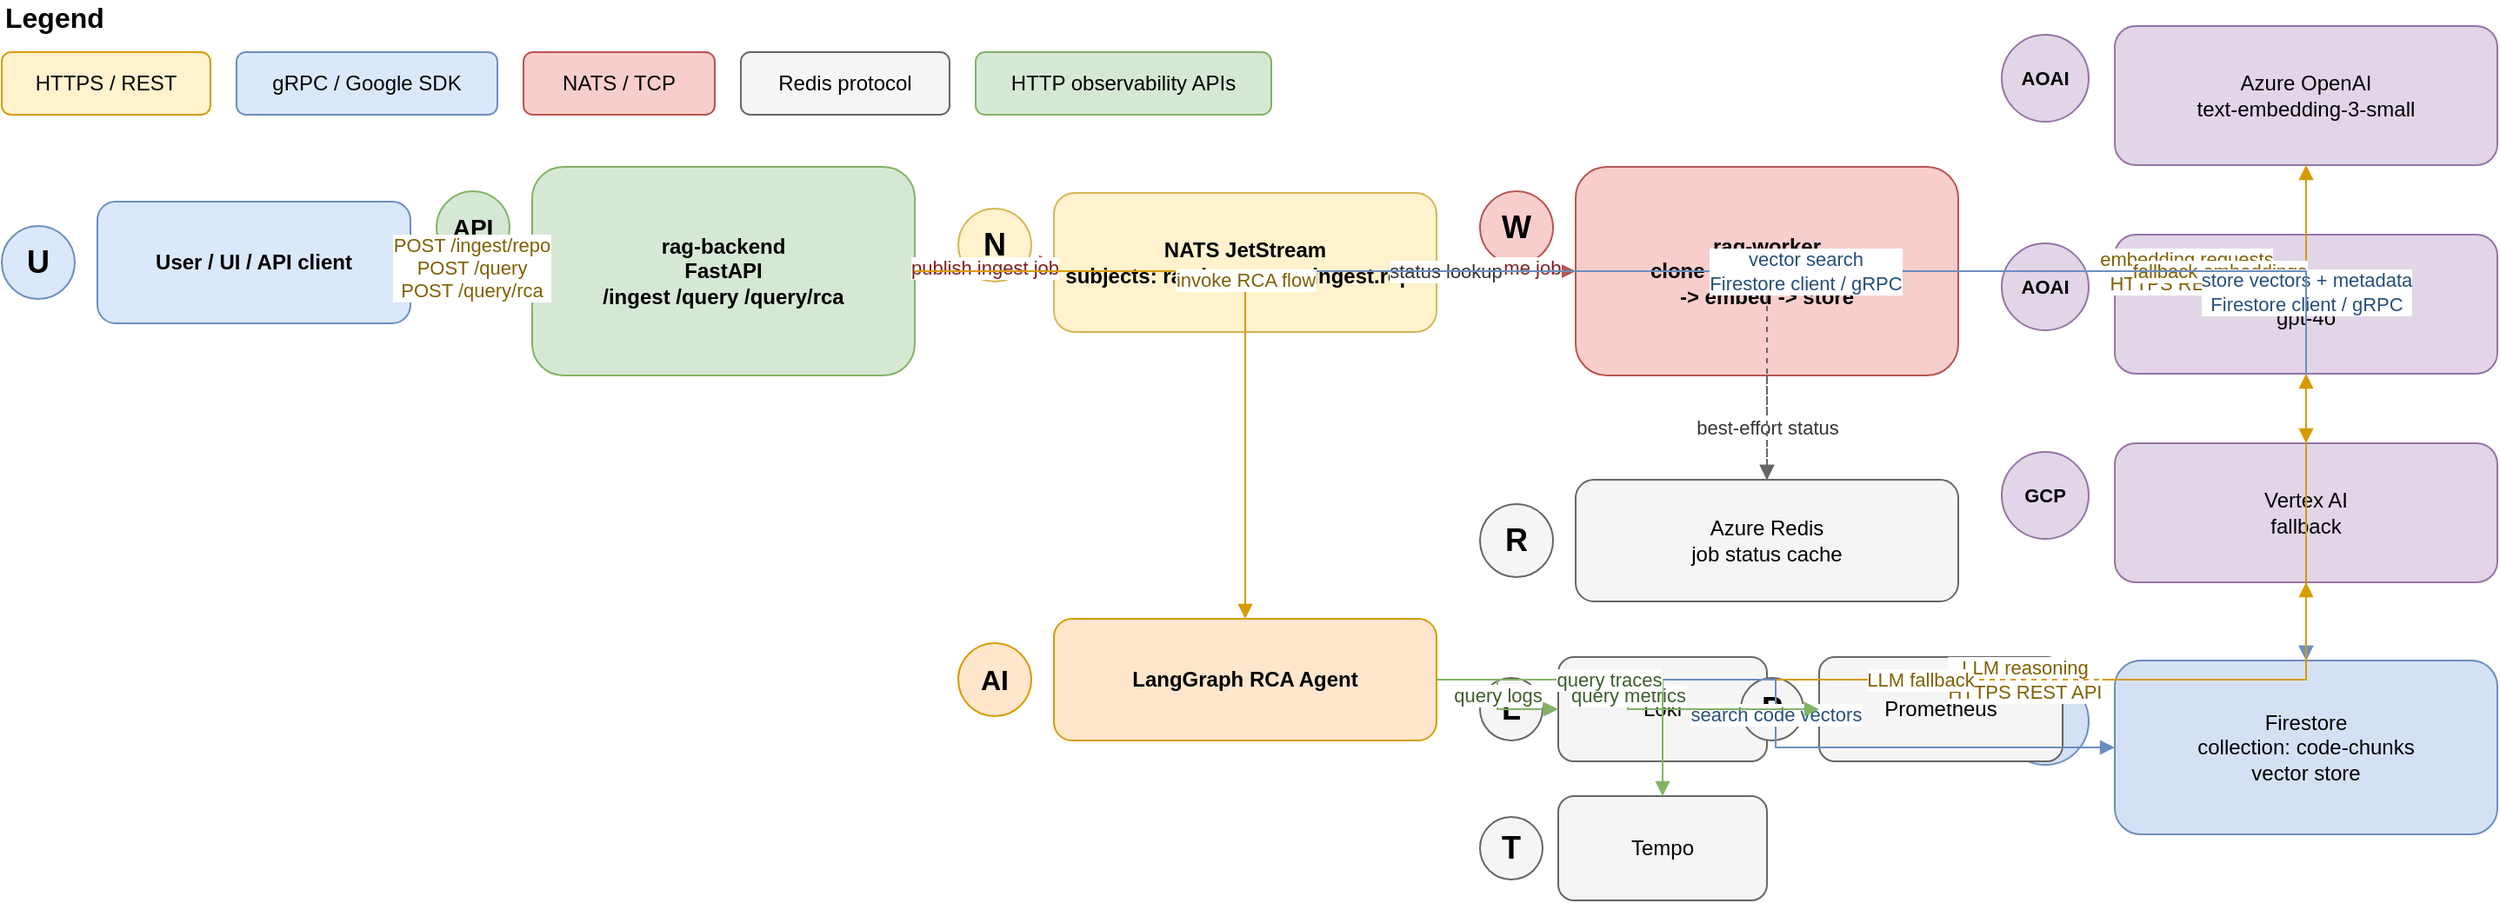
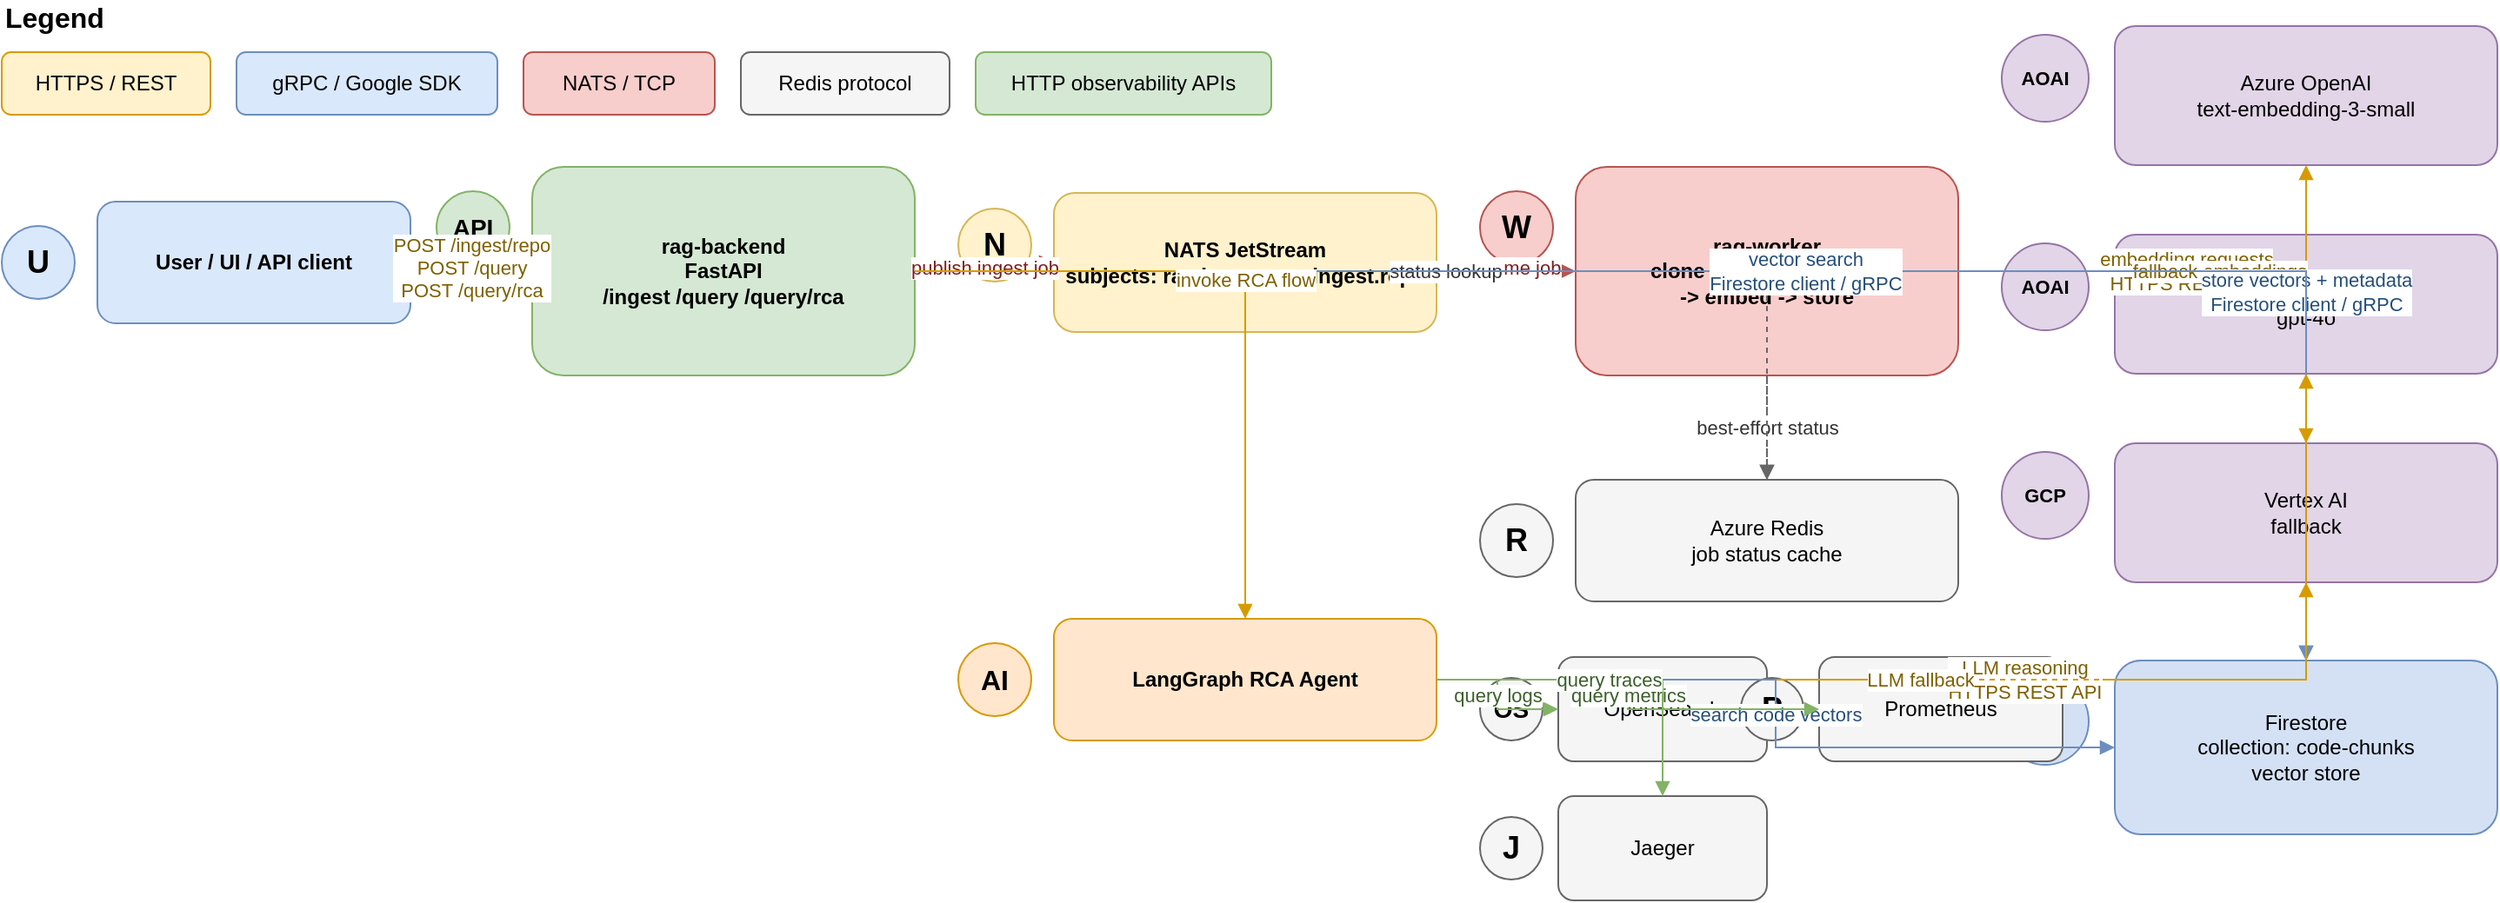
<mxfile host="app.diagrams.net" modified="2026-04-11T00:00:00.000Z" agent="Codex" version="24.7.17">
  <diagram id="rag-platform-app-architecture" name="Architecture">
    <mxGraphModel dx="1600" dy="900" grid="1" gridSize="10" guides="1" tooltips="1" connect="1" arrows="1" fold="1" page="1" pageScale="1" pageWidth="1600" pageHeight="900" math="0" shadow="0">
      <root>
        <mxCell id="0"/>
        <mxCell id="1" parent="0"/>
        <mxCell id="legend_title" value="Legend" style="text;html=1;strokeColor=none;fillColor=none;align=left;verticalAlign=middle;fontStyle=1;fontSize=16;" vertex="1" parent="1">
          <mxGeometry x="40" y="40" width="80" height="20" as="geometry"/>
        </mxCell>
        <mxCell id="legend_https" value="HTTPS / REST" style="rounded=1;whiteSpace=wrap;html=1;fillColor=#fff2cc;strokeColor=#d79b00;" vertex="1" parent="1">
          <mxGeometry x="40" y="70" width="120" height="36" as="geometry"/>
        </mxCell>
        <mxCell id="legend_grpc" value="gRPC / Google SDK" style="rounded=1;whiteSpace=wrap;html=1;fillColor=#dae8fc;strokeColor=#6c8ebf;" vertex="1" parent="1">
          <mxGeometry x="175" y="70" width="150" height="36" as="geometry"/>
        </mxCell>
        <mxCell id="legend_nats" value="NATS / TCP" style="rounded=1;whiteSpace=wrap;html=1;fillColor=#f8cecc;strokeColor=#b85450;" vertex="1" parent="1">
          <mxGeometry x="340" y="70" width="110" height="36" as="geometry"/>
        </mxCell>
        <mxCell id="legend_redis" value="Redis protocol" style="rounded=1;whiteSpace=wrap;html=1;fillColor=#f5f5f5;strokeColor=#666666;" vertex="1" parent="1">
          <mxGeometry x="465" y="70" width="120" height="36" as="geometry"/>
        </mxCell>
        <mxCell id="legend_http_obs" value="HTTP observability APIs" style="rounded=1;whiteSpace=wrap;html=1;fillColor=#d5e8d4;strokeColor=#82b366;" vertex="1" parent="1">
          <mxGeometry x="600" y="70" width="170" height="36" as="geometry"/>
        </mxCell>

        <mxCell id="user_icon" value="U" style="ellipse;whiteSpace=wrap;html=1;fillColor=#dae8fc;strokeColor=#6c8ebf;fontStyle=1;fontSize=18;" vertex="1" parent="1">
          <mxGeometry x="40" y="170" width="42" height="42" as="geometry"/>
        </mxCell>
        <mxCell id="user" value="User / UI / API client" style="rounded=1;whiteSpace=wrap;html=1;fillColor=#dae8fc;strokeColor=#6c8ebf;fontStyle=1;" vertex="1" parent="1">
          <mxGeometry x="95" y="156" width="180" height="70" as="geometry"/>
        </mxCell>
        <mxCell id="backend_icon" value="API" style="ellipse;whiteSpace=wrap;html=1;fillColor=#d5e8d4;strokeColor=#82b366;fontStyle=1;fontSize=14;" vertex="1" parent="1">
          <mxGeometry x="290" y="150" width="42" height="42" as="geometry"/>
        </mxCell>
        <mxCell id="backend" value="rag-backend&#xa;FastAPI&#xa;/ingest /query /query/rca" style="rounded=1;whiteSpace=wrap;html=1;fillColor=#d5e8d4;strokeColor=#82b366;fontStyle=1;" vertex="1" parent="1">
          <mxGeometry x="345" y="136" width="220" height="120" as="geometry"/>
        </mxCell>
        <mxCell id="nats_icon" value="N" style="ellipse;whiteSpace=wrap;html=1;fillColor=#fff2cc;strokeColor=#d6b656;fontStyle=1;fontSize=18;" vertex="1" parent="1">
          <mxGeometry x="590" y="160" width="42" height="42" as="geometry"/>
        </mxCell>
        <mxCell id="nats" value="NATS JetStream&#xa;subjects: rag.ingest, rag.ingest.repo" style="rounded=1;whiteSpace=wrap;html=1;fillColor=#fff2cc;strokeColor=#d6b656;fontStyle=1;" vertex="1" parent="1">
          <mxGeometry x="645" y="151" width="220" height="80" as="geometry"/>
        </mxCell>
        <mxCell id="worker_icon" value="W" style="ellipse;whiteSpace=wrap;html=1;fillColor=#f8cecc;strokeColor=#b85450;fontStyle=1;fontSize=18;" vertex="1" parent="1">
          <mxGeometry x="890" y="150" width="42" height="42" as="geometry"/>
        </mxCell>
        <mxCell id="worker" value="rag-worker&#xa;clone -&gt; parse -&gt; chunk&#xa;-&gt; embed -&gt; store" style="rounded=1;whiteSpace=wrap;html=1;fillColor=#f8cecc;strokeColor=#b85450;fontStyle=1;" vertex="1" parent="1">
          <mxGeometry x="945" y="136" width="220" height="120" as="geometry"/>
        </mxCell>
        <mxCell id="aoai_embed_icon" value="AOAI" style="ellipse;whiteSpace=wrap;html=1;fillColor=#e1d5e7;strokeColor=#9673a6;fontStyle=1;fontSize=11;" vertex="1" parent="1">
          <mxGeometry x="1190" y="60" width="50" height="50" as="geometry"/>
        </mxCell>
        <mxCell id="aoai_embed" value="Azure OpenAI&#xa;text-embedding-3-small" style="rounded=1;whiteSpace=wrap;html=1;fillColor=#e1d5e7;strokeColor=#9673a6;" vertex="1" parent="1">
          <mxGeometry x="1255" y="55" width="220" height="80" as="geometry"/>
        </mxCell>
        <mxCell id="aoai_llm_icon" value="AOAI" style="ellipse;whiteSpace=wrap;html=1;fillColor=#e1d5e7;strokeColor=#9673a6;fontStyle=1;fontSize=11;" vertex="1" parent="1">
          <mxGeometry x="1190" y="180" width="50" height="50" as="geometry"/>
        </mxCell>
        <mxCell id="aoai_llm" value="Azure OpenAI&#xa;gpt-4o" style="rounded=1;whiteSpace=wrap;html=1;fillColor=#e1d5e7;strokeColor=#9673a6;" vertex="1" parent="1">
          <mxGeometry x="1255" y="175" width="220" height="80" as="geometry"/>
        </mxCell>
        <mxCell id="vertex_icon" value="GCP" style="ellipse;whiteSpace=wrap;html=1;fillColor=#e1d5e7;strokeColor=#9673a6;fontStyle=1;fontSize=11;" vertex="1" parent="1">
          <mxGeometry x="1190" y="300" width="50" height="50" as="geometry"/>
        </mxCell>
        <mxCell id="vertex" value="Vertex AI&#xa;fallback" style="rounded=1;whiteSpace=wrap;html=1;fillColor=#e1d5e7;strokeColor=#9673a6;" vertex="1" parent="1">
          <mxGeometry x="1255" y="295" width="220" height="80" as="geometry"/>
        </mxCell>
        <mxCell id="firestore_icon" value="FS" style="ellipse;whiteSpace=wrap;html=1;fillColor=#d4e1f5;strokeColor=#6c8ebf;fontStyle=1;fontSize=14;" vertex="1" parent="1">
          <mxGeometry x="1190" y="430" width="50" height="50" as="geometry"/>
        </mxCell>
        <mxCell id="firestore" value="Firestore&#xa;collection: code-chunks&#xa;vector store" style="rounded=1;whiteSpace=wrap;html=1;fillColor=#d4e1f5;strokeColor=#6c8ebf;" vertex="1" parent="1">
          <mxGeometry x="1255" y="420" width="220" height="100" as="geometry"/>
        </mxCell>
        <mxCell id="redis_icon" value="R" style="ellipse;whiteSpace=wrap;html=1;fillColor=#f5f5f5;strokeColor=#666666;fontStyle=1;fontSize=18;" vertex="1" parent="1">
          <mxGeometry x="890" y="330" width="42" height="42" as="geometry"/>
        </mxCell>
        <mxCell id="redis" value="Azure Redis&#xa;job status cache" style="rounded=1;whiteSpace=wrap;html=1;fillColor=#f5f5f5;strokeColor=#666666;" vertex="1" parent="1">
          <mxGeometry x="945" y="316" width="220" height="70" as="geometry"/>
        </mxCell>
        <mxCell id="agent_icon" value="AI" style="ellipse;whiteSpace=wrap;html=1;fillColor=#ffe6cc;strokeColor=#d79b00;fontStyle=1;fontSize=16;" vertex="1" parent="1">
          <mxGeometry x="590" y="410" width="42" height="42" as="geometry"/>
        </mxCell>
        <mxCell id="agent" value="LangGraph RCA Agent" style="rounded=1;whiteSpace=wrap;html=1;fillColor=#ffe6cc;strokeColor=#d79b00;fontStyle=1;" vertex="1" parent="1">
          <mxGeometry x="645" y="396" width="220" height="70" as="geometry"/>
        </mxCell>
-         <mxCell id="loki_icon" value="L" style="ellipse;whiteSpace=wrap;html=1;fillColor=#f5f5f5;strokeColor=#666666;fontStyle=1;fontSize=18;" vertex="1" parent="1">
+         <mxCell id="loki_icon" value="OS" style="ellipse;whiteSpace=wrap;html=1;fillColor=#f5f5f5;strokeColor=#666666;fontStyle=1;fontSize=14;" vertex="1" parent="1">
          <mxGeometry x="890" y="430" width="36" height="36" as="geometry"/>
        </mxCell>
-         <mxCell id="loki" value="Loki" style="rounded=1;whiteSpace=wrap;html=1;fillColor=#f5f5f5;strokeColor=#666666;" vertex="1" parent="1">
+         <mxCell id="loki" value="OpenSearch" style="rounded=1;whiteSpace=wrap;html=1;fillColor=#f5f5f5;strokeColor=#666666;" vertex="1" parent="1">
          <mxGeometry x="935" y="418" width="120" height="60" as="geometry"/>
        </mxCell>
        <mxCell id="prom_icon" value="P" style="ellipse;whiteSpace=wrap;html=1;fillColor=#f5f5f5;strokeColor=#666666;fontStyle=1;fontSize=18;" vertex="1" parent="1">
          <mxGeometry x="1040" y="430" width="36" height="36" as="geometry"/>
        </mxCell>
        <mxCell id="prom" value="Prometheus" style="rounded=1;whiteSpace=wrap;html=1;fillColor=#f5f5f5;strokeColor=#666666;" vertex="1" parent="1">
          <mxGeometry x="1085" y="418" width="140" height="60" as="geometry"/>
        </mxCell>
-         <mxCell id="tempo_icon" value="T" style="ellipse;whiteSpace=wrap;html=1;fillColor=#f5f5f5;strokeColor=#666666;fontStyle=1;fontSize=18;" vertex="1" parent="1">
+         <mxCell id="tempo_icon" value="J" style="ellipse;whiteSpace=wrap;html=1;fillColor=#f5f5f5;strokeColor=#666666;fontStyle=1;fontSize=18;" vertex="1" parent="1">
          <mxGeometry x="890" y="510" width="36" height="36" as="geometry"/>
        </mxCell>
-         <mxCell id="tempo" value="Tempo" style="rounded=1;whiteSpace=wrap;html=1;fillColor=#f5f5f5;strokeColor=#666666;" vertex="1" parent="1">
+         <mxCell id="tempo" value="Jaeger" style="rounded=1;whiteSpace=wrap;html=1;fillColor=#f5f5f5;strokeColor=#666666;" vertex="1" parent="1">
          <mxGeometry x="935" y="498" width="120" height="60" as="geometry"/>
        </mxCell>

        <mxCell id="e1" value="POST /ingest/repo&#xa;POST /query&#xa;POST /query/rca" style="edgeStyle=orthogonalEdgeStyle;rounded=0;orthogonalLoop=1;jettySize=auto;html=1;endArrow=block;endFill=1;strokeColor=#d79b00;fontColor=#7f6000;" edge="1" parent="1" source="user" target="backend">
          <mxGeometry relative="1" as="geometry"/>
        </mxCell>
        <mxCell id="e2" value="publish ingest job" style="edgeStyle=orthogonalEdgeStyle;rounded=0;orthogonalLoop=1;jettySize=auto;html=1;endArrow=block;endFill=1;strokeColor=#b85450;fontColor=#7f1d1d;" edge="1" parent="1" source="backend" target="nats">
          <mxGeometry relative="1" as="geometry"/>
        </mxCell>
        <mxCell id="e3" value="consume job" style="edgeStyle=orthogonalEdgeStyle;rounded=0;orthogonalLoop=1;jettySize=auto;html=1;endArrow=block;endFill=1;strokeColor=#b85450;fontColor=#7f1d1d;" edge="1" parent="1" source="nats" target="worker">
          <mxGeometry relative="1" as="geometry"/>
        </mxCell>
        <mxCell id="e4" value="embedding requests&#xa;HTTPS REST API" style="edgeStyle=orthogonalEdgeStyle;rounded=0;orthogonalLoop=1;jettySize=auto;html=1;endArrow=block;endFill=1;strokeColor=#d79b00;fontColor=#7f6000;" edge="1" parent="1" source="worker" target="aoai_embed">
          <mxGeometry relative="1" as="geometry"/>
        </mxCell>
        <mxCell id="e5" value="fallback embeddings" style="edgeStyle=orthogonalEdgeStyle;rounded=0;orthogonalLoop=1;jettySize=auto;html=1;dashed=1;endArrow=block;endFill=1;strokeColor=#d79b00;fontColor=#7f6000;" edge="1" parent="1" source="worker" target="vertex">
          <mxGeometry relative="1" as="geometry"/>
        </mxCell>
        <mxCell id="e6" value="store vectors + metadata&#xa;Firestore client / gRPC" style="edgeStyle=orthogonalEdgeStyle;rounded=0;orthogonalLoop=1;jettySize=auto;html=1;endArrow=block;endFill=1;strokeColor=#6c8ebf;fontColor=#254f7a;" edge="1" parent="1" source="worker" target="firestore">
          <mxGeometry relative="1" as="geometry"/>
        </mxCell>
        <mxCell id="e7" value="best-effort status" style="edgeStyle=orthogonalEdgeStyle;rounded=0;orthogonalLoop=1;jettySize=auto;html=1;dashed=1;endArrow=block;endFill=1;strokeColor=#666666;fontColor=#333333;" edge="1" parent="1" source="worker" target="redis">
          <mxGeometry relative="1" as="geometry"/>
        </mxCell>
        <mxCell id="e8" value="status lookup" style="edgeStyle=orthogonalEdgeStyle;rounded=0;orthogonalLoop=1;jettySize=auto;html=1;dashed=1;endArrow=block;endFill=1;strokeColor=#666666;fontColor=#333333;" edge="1" parent="1" source="backend" target="redis">
          <mxGeometry relative="1" as="geometry"/>
        </mxCell>
        <mxCell id="e9" value="vector search&#xa;Firestore client / gRPC" style="edgeStyle=orthogonalEdgeStyle;rounded=0;orthogonalLoop=1;jettySize=auto;html=1;endArrow=block;endFill=1;strokeColor=#6c8ebf;fontColor=#254f7a;" edge="1" parent="1" source="backend" target="firestore">
          <mxGeometry relative="1" as="geometry"/>
        </mxCell>
        <mxCell id="e10" value="invoke RCA flow" style="edgeStyle=orthogonalEdgeStyle;rounded=0;orthogonalLoop=1;jettySize=auto;html=1;endArrow=block;endFill=1;strokeColor=#d79b00;fontColor=#7f6000;" edge="1" parent="1" source="backend" target="agent">
          <mxGeometry relative="1" as="geometry"/>
        </mxCell>
        <mxCell id="e11" value="LLM reasoning&#xa;HTTPS REST API" style="edgeStyle=orthogonalEdgeStyle;rounded=0;orthogonalLoop=1;jettySize=auto;html=1;endArrow=block;endFill=1;strokeColor=#d79b00;fontColor=#7f6000;" edge="1" parent="1" source="agent" target="aoai_llm">
          <mxGeometry relative="1" as="geometry"/>
        </mxCell>
        <mxCell id="e12" value="LLM fallback" style="edgeStyle=orthogonalEdgeStyle;rounded=0;orthogonalLoop=1;jettySize=auto;html=1;dashed=1;endArrow=block;endFill=1;strokeColor=#d79b00;fontColor=#7f6000;" edge="1" parent="1" source="agent" target="vertex">
          <mxGeometry relative="1" as="geometry"/>
        </mxCell>
        <mxCell id="e13" value="search code vectors" style="edgeStyle=orthogonalEdgeStyle;rounded=0;orthogonalLoop=1;jettySize=auto;html=1;endArrow=block;endFill=1;strokeColor=#6c8ebf;fontColor=#254f7a;" edge="1" parent="1" source="agent" target="firestore">
          <mxGeometry relative="1" as="geometry"/>
        </mxCell>
        <mxCell id="e14" value="query logs" style="edgeStyle=orthogonalEdgeStyle;rounded=0;orthogonalLoop=1;jettySize=auto;html=1;endArrow=block;endFill=1;strokeColor=#82b366;fontColor=#3b5f2a;" edge="1" parent="1" source="agent" target="loki">
          <mxGeometry relative="1" as="geometry"/>
        </mxCell>
        <mxCell id="e15" value="query metrics" style="edgeStyle=orthogonalEdgeStyle;rounded=0;orthogonalLoop=1;jettySize=auto;html=1;endArrow=block;endFill=1;strokeColor=#82b366;fontColor=#3b5f2a;" edge="1" parent="1" source="agent" target="prom">
          <mxGeometry relative="1" as="geometry"/>
        </mxCell>
        <mxCell id="e16" value="query traces" style="edgeStyle=orthogonalEdgeStyle;rounded=0;orthogonalLoop=1;jettySize=auto;html=1;endArrow=block;endFill=1;strokeColor=#82b366;fontColor=#3b5f2a;" edge="1" parent="1" source="agent" target="tempo">
          <mxGeometry relative="1" as="geometry"/>
        </mxCell>
      </root>
    </mxGraphModel>
  </diagram>
</mxfile>
